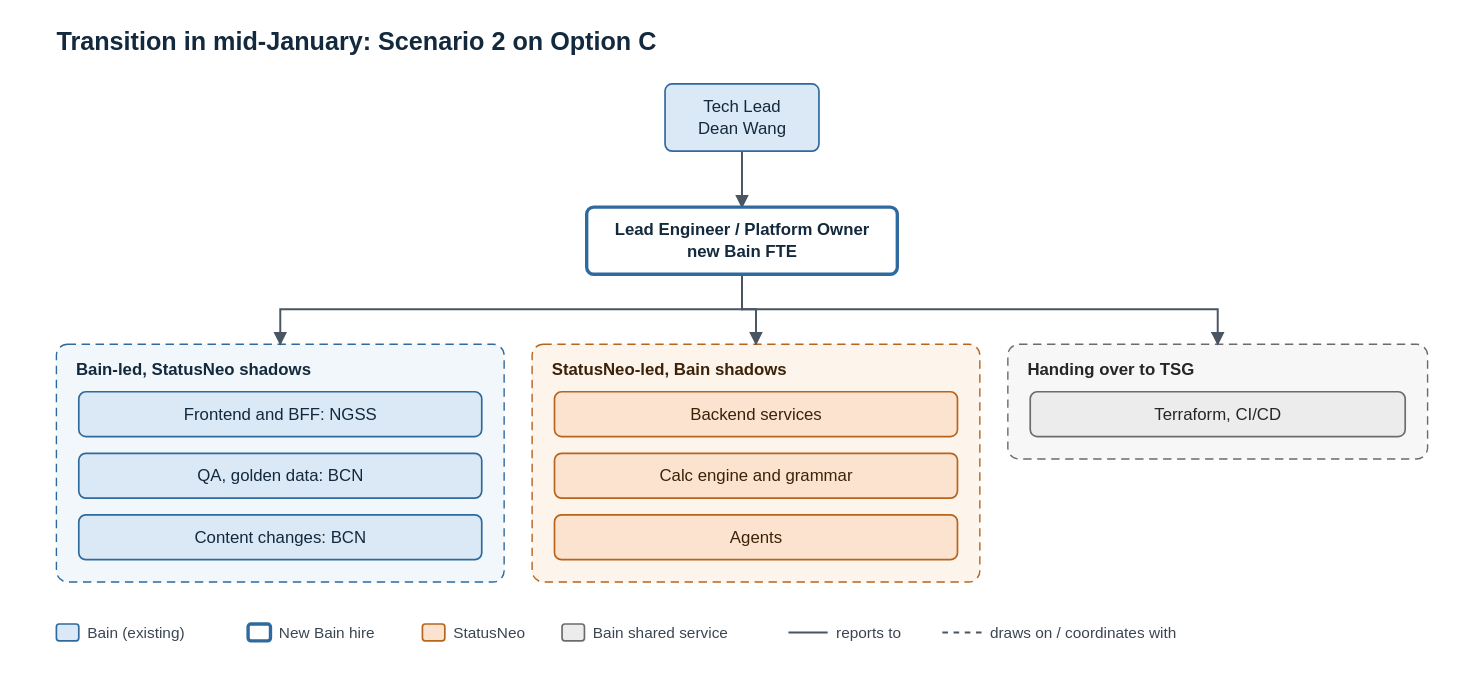
deanwang-bain/OC-TL keeps this draw.io diagram as context/post-gls-team-structure/diagrams/05-transition-mid-january.drawio.svg. Above is the earlier version. Source tidied: cells renumbered, new cells last; positions are measured from the earlier drawing's top-left corner, leaving out a move shared by most shapes.
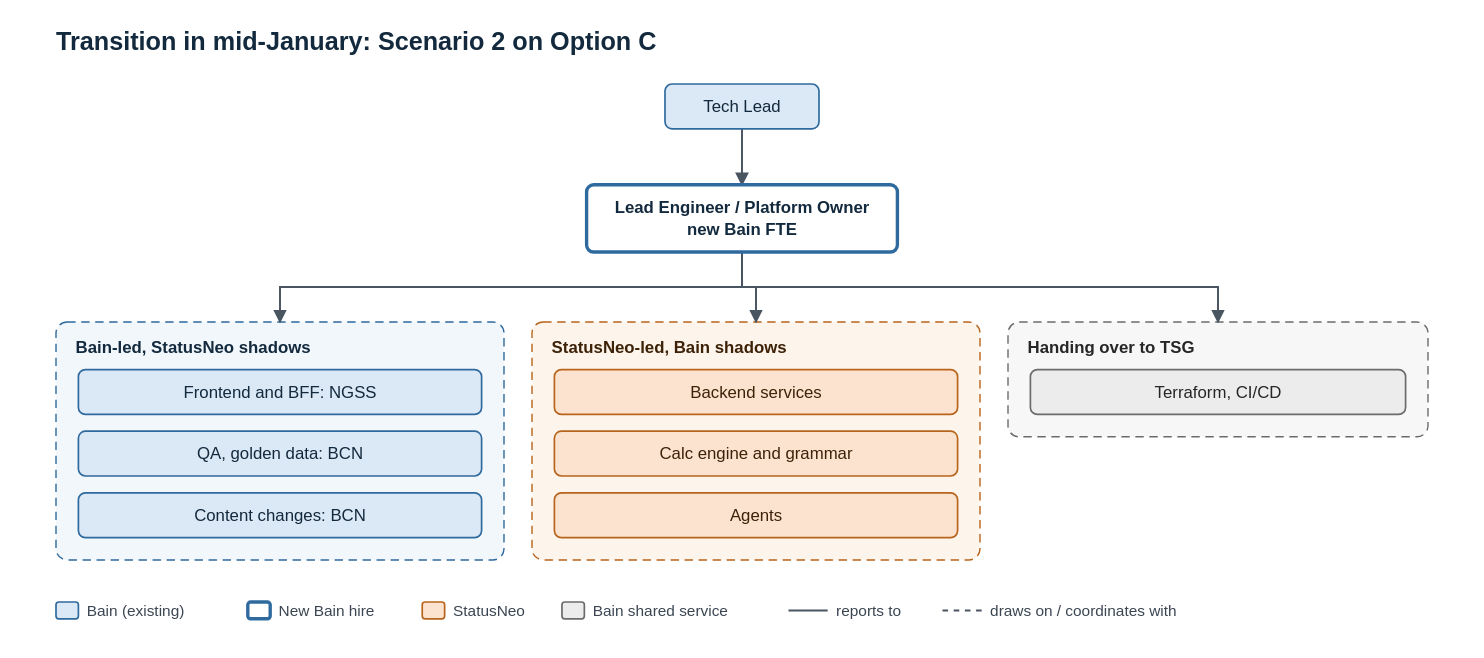
The same file after the commit.

The edit, as a diff of the source:
```diff
@@ -3,7 +3,7 @@
     <mxCell id="0" />
     <mxCell id="1" parent="0" />
     <mxCell id="2" value="Transition in mid-January: Scenario 2 on Option C" style="text;html=1;fontSize=18;fontStyle=1;align=left;verticalAlign=middle;fontColor=#13293d;" parent="1" vertex="1">
-      <mxGeometry width="900" height="28" as="geometry" />
+      <mxGeometry y="16" width="900" height="28" as="geometry" />
     </mxCell>
     <mxCell id="3" value="Bain-led, StatusNeo shadows" style="rounded=1;arcSize=4;whiteSpace=wrap;html=1;dashed=1;fillColor=#f2f7fc;strokeColor=#2f6a9e;fontColor=#13293d;fontStyle=1;align=left;verticalAlign=top;spacingLeft=10;spacingTop=4;" parent="1" vertex="1">
       <mxGeometry y="228" width="320" height="170" as="geometry" />
@@ -14,8 +14,8 @@
     <mxCell id="5" value="Handing over to TSG" style="rounded=1;arcSize=4;whiteSpace=wrap;html=1;dashed=1;fillColor=#f7f7f7;strokeColor=#6b6b6b;fontColor=#262626;fontStyle=1;align=left;verticalAlign=top;spacingLeft=10;spacingTop=4;" parent="1" vertex="1">
       <mxGeometry x="680" y="228" width="300" height="82" as="geometry" />
     </mxCell>
-    <mxCell id="6" value="Tech Lead&lt;br&gt;Dean Wang" style="rounded=1;whiteSpace=wrap;html=1;fillColor=#dbe8f5;strokeColor=#2f6a9e;fontColor=#13293d;fontSize=12;" parent="1" vertex="1">
-      <mxGeometry x="435" y="42" width="110" height="48" as="geometry" />
+    <mxCell id="6" value="Tech Lead" style="rounded=1;whiteSpace=wrap;html=1;fillColor=#dbe8f5;strokeColor=#2f6a9e;fontColor=#13293d;fontSize=12;" parent="1" vertex="1">
+      <mxGeometry x="435" y="58" width="110" height="32" as="geometry" />
     </mxCell>
     <mxCell id="7" value="Lead Engineer / Platform Owner&lt;br&gt;new Bain FTE" style="rounded=1;whiteSpace=wrap;html=1;fillColor=#ffffff;strokeColor=#2f6a9e;fontColor=#13293d;fontSize=12;strokeWidth=2.5;fontStyle=1;" parent="1" vertex="1">
       <mxGeometry x="379" y="130" width="222" height="48" as="geometry" />
```
